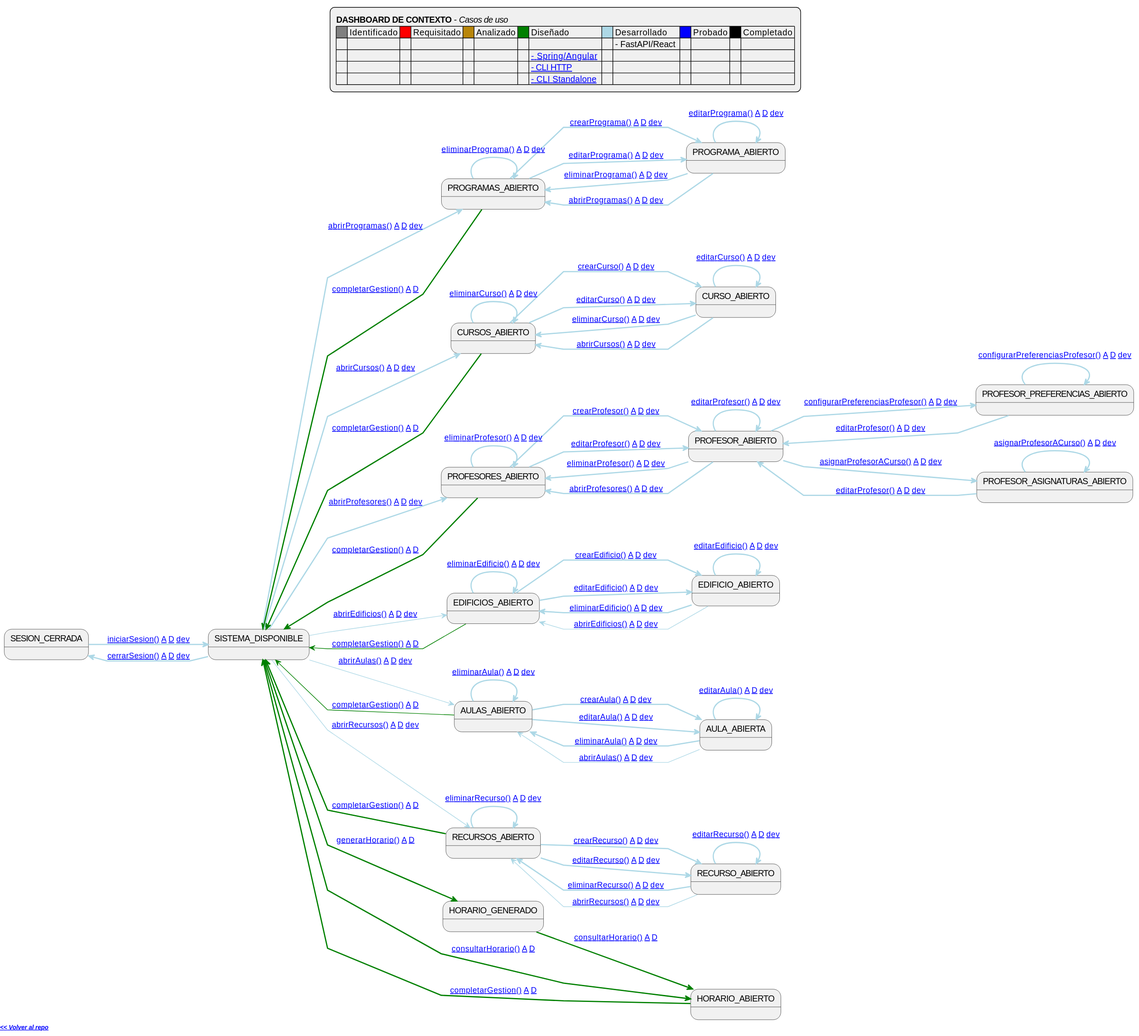
mmasias/pySigHor keeps this PlantUML diagram as images/RUP/99-seguimiento/diagrama-contexto-administrador.svg. Above is the earlier version.
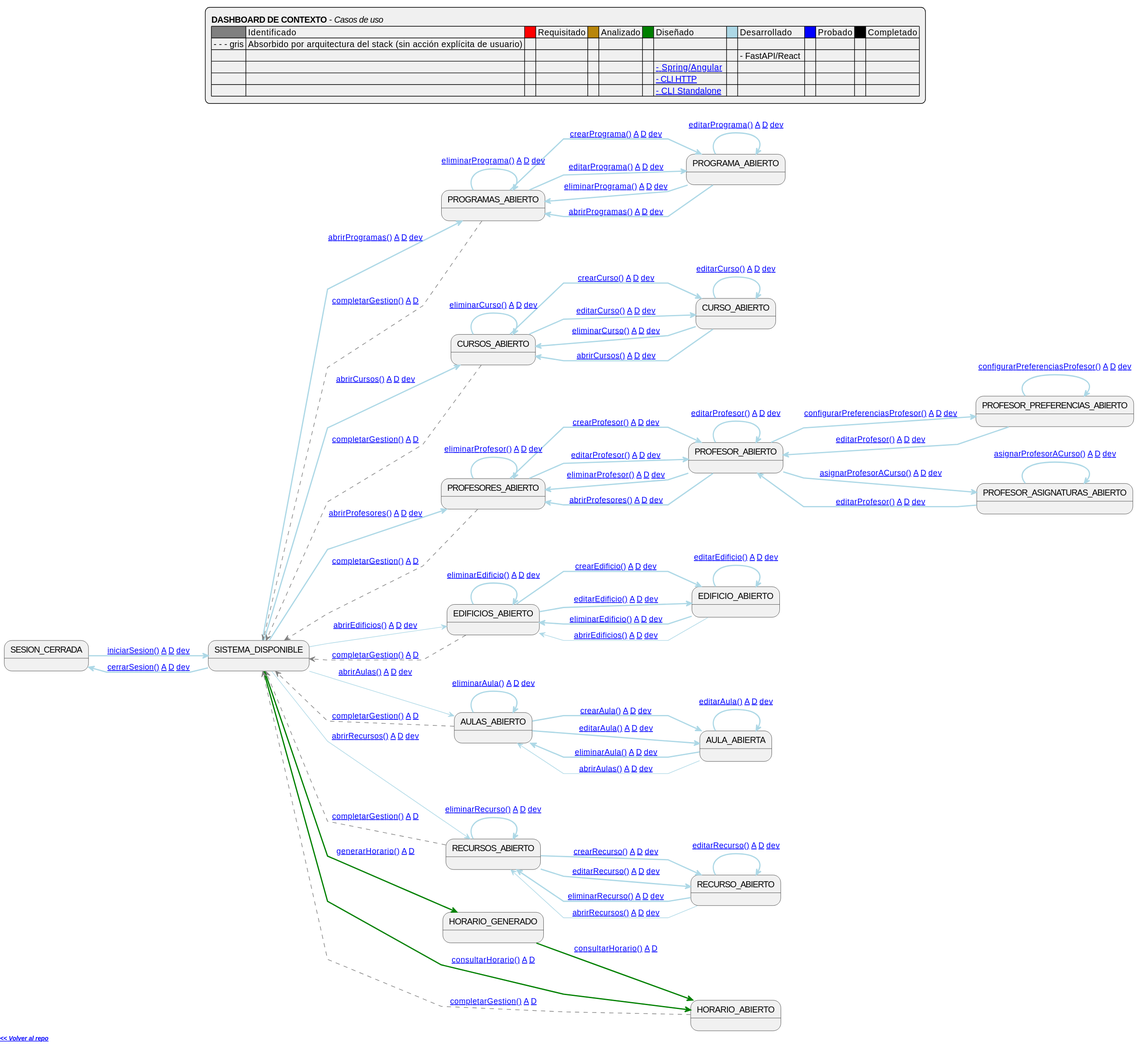
Above is the later version.

Commit message:
docs(dashboard): completarGestion absorbido por sidebar — flecha gris punteada + entrada en leyenda

Change to the diagram source:
```diff
@@ -16,6 +16,7 @@
 legend top
     **DASHBOARD DE CONTEXTO** - <i>Casos de uso</i>
     |<#gray>     | Identificado |<#red>     | Requisitado |<#darkgoldenrod>     | Analizado |<#green>     | Diseñado |<#lightblue>     | Desarrollado |<#blue>     | Probado |<#black>     | Completado |
+    | - - - gris | Absorbido por arquitectura del stack (sin acción explícita de usuario) ||||||||
     | | | | | | | |  | | - FastAPI/React  ||
     | | | | | | | | [[https://raw.githubusercontent.com/mmasias/pySigHor/diseño-spring-angular/images/RUP/99-seguimiento/diagrama-contexto-administrador.svg - Spring/Angular]]  |
     | | | | | | | | [[https://raw.githubusercontent.com/mmasias/pySigHor/diseño-cli-python-http/images/RUP/99-seguimiento/diagrama-contexto-administrador.svg - CLI HTTP]]  |
@@ -102,12 +103,12 @@
 EditRecurso -[#lightblue,bold]-> EditRecurso: [[https://github.com/mmasias/pySigHor/blob/main/RUP/00-casos-uso/02-detalle/editarRecurso/README.md editarRecurso()]] [[https://github.com/mmasias/pySigHor/blob/main/RUP/01-analisis/casos-uso/editarRecurso/README.md A]] [[https://github.com/mmasias/pySigHor/blob/diseño-fastapi-react/RUP/02-diseño/casos-uso/editarRecurso/README.md D]] [[https://github.com/mmasias/pySigHor/blob/diseño-fastapi-react/RUP/03-desarrollo/casos-uso/editarRecurso/README.md dev]]
 EditRecurso -[#lightblue,bold]-> ListRecursos: [[https://github.com/mmasias/pySigHor/blob/main/RUP/00-casos-uso/02-detalle/eliminarRecurso/README.md eliminarRecurso()]] [[https://github.com/mmasias/pySigHor/blob/main/RUP/01-analisis/casos-uso/eliminarRecurso/README.md A]] [[https://github.com/mmasias/pySigHor/blob/diseño-fastapi-react/RUP/02-diseño/casos-uso/eliminarRecurso/README.md D]] [[https://github.com/mmasias/pySigHor/blob/diseño-fastapi-react/RUP/03-desarrollo/casos-uso/eliminarRecurso/README.md dev]]
 EditRecurso -[#lightblue]-> ListRecursos: [[https://github.com/mmasias/pySigHor/blob/main/RUP/00-casos-uso/02-detalle/abrirRecursos/README.md abrirRecursos()]] [[https://github.com/mmasias/pySigHor/blob/main/RUP/01-analisis/casos-uso/abrirRecursos/README.md A]] [[https://github.com/mmasias/pySigHor/blob/diseño-fastapi-react/RUP/02-diseño/casos-uso/abrirRecursos/README.md D]] [[https://github.com/mmasias/pySigHor/blob/diseño-fastapi-react/RUP/03-desarrollo/casos-uso/abrirRecursos/README.md dev]]
-ListProgramas -[#green,thickness=2]-> Menu: [[https://github.com/mmasias/pySigHor/blob/main/RUP/00-casos-uso/02-detalle/completarGestion/README.md completarGestion()]] [[https://github.com/mmasias/pySigHor/blob/main/RUP/01-analisis/casos-uso/completarGestion/README.md A]] [[https://github.com/mmasias/pySigHor/blob/diseño-fastapi-react/RUP/02-diseño/casos-uso/completarGestion/README.md D]]
-ListCursos -[#green,thickness=2]-> Menu: [[https://github.com/mmasias/pySigHor/blob/main/RUP/00-casos-uso/02-detalle/completarGestion/README.md completarGestion()]] [[https://github.com/mmasias/pySigHor/blob/main/RUP/01-analisis/casos-uso/completarGestion/README.md A]] [[https://github.com/mmasias/pySigHor/blob/diseño-fastapi-react/RUP/02-diseño/casos-uso/completarGestion/README.md D]]
-ListProfesores -[#green,thickness=2]-> Menu: [[https://github.com/mmasias/pySigHor/blob/main/RUP/00-casos-uso/02-detalle/completarGestion/README.md completarGestion()]] [[https://github.com/mmasias/pySigHor/blob/main/RUP/01-analisis/casos-uso/completarGestion/README.md A]] [[https://github.com/mmasias/pySigHor/blob/diseño-fastapi-react/RUP/02-diseño/casos-uso/completarGestion/README.md D]]
-ListEdificios -[#green]-> Menu: [[https://github.com/mmasias/pySigHor/blob/main/RUP/00-casos-uso/02-detalle/completarGestion/README.md completarGestion()]] [[https://github.com/mmasias/pySigHor/blob/main/RUP/01-analisis/casos-uso/completarGestion/README.md A]] [[https://github.com/mmasias/pySigHor/blob/diseño-fastapi-react/RUP/02-diseño/casos-uso/completarGestion/README.md D]]
-ListAulas -[#green]-> Menu: [[https://github.com/mmasias/pySigHor/blob/main/RUP/00-casos-uso/02-detalle/completarGestion/README.md completarGestion()]] [[https://github.com/mmasias/pySigHor/blob/main/RUP/01-analisis/casos-uso/completarGestion/README.md A]] [[https://github.com/mmasias/pySigHor/blob/diseño-fastapi-react/RUP/02-diseño/casos-uso/completarGestion/README.md D]]
-ListRecursos -[#green,bold]-> Menu: [[https://github.com/mmasias/pySigHor/blob/main/RUP/00-casos-uso/02-detalle/completarGestion/README.md completarGestion()]] [[https://github.com/mmasias/pySigHor/blob/main/RUP/01-analisis/casos-uso/completarGestion/README.md A]] [[https://github.com/mmasias/pySigHor/blob/diseño-fastapi-react/RUP/02-diseño/casos-uso/completarGestion/README.md D]]
+ListProgramas -[#gray,dashed,thickness=1]-> Menu: [[https://github.com/mmasias/pySigHor/blob/main/RUP/00-casos-uso/02-detalle/completarGestion/README.md completarGestion()]] [[https://github.com/mmasias/pySigHor/blob/main/RUP/01-analisis/casos-uso/completarGestion/README.md A]] [[https://github.com/mmasias/pySigHor/blob/diseño-fastapi-react/RUP/02-diseño/casos-uso/completarGestion/README.md D]]
+ListCursos -[#gray,dashed,thickness=1]-> Menu: [[https://github.com/mmasias/pySigHor/blob/main/RUP/00-casos-uso/02-detalle/completarGestion/README.md completarGestion()]] [[https://github.com/mmasias/pySigHor/blob/main/RUP/01-analisis/casos-uso/completarGestion/README.md A]] [[https://github.com/mmasias/pySigHor/blob/diseño-fastapi-react/RUP/02-diseño/casos-uso/completarGestion/README.md D]]
+ListProfesores -[#gray,dashed,thickness=1]-> Menu: [[https://github.com/mmasias/pySigHor/blob/main/RUP/00-casos-uso/02-detalle/completarGestion/README.md completarGestion()]] [[https://github.com/mmasias/pySigHor/blob/main/RUP/01-analisis/casos-uso/completarGestion/README.md A]] [[https://github.com/mmasias/pySigHor/blob/diseño-fastapi-react/RUP/02-diseño/casos-uso/completarGestion/README.md D]]
+ListEdificios -[#gray,dashed,thickness=1]-> Menu: [[https://github.com/mmasias/pySigHor/blob/main/RUP/00-casos-uso/02-detalle/completarGestion/README.md completarGestion()]] [[https://github.com/mmasias/pySigHor/blob/main/RUP/01-analisis/casos-uso/completarGestion/README.md A]] [[https://github.com/mmasias/pySigHor/blob/diseño-fastapi-react/RUP/02-diseño/casos-uso/completarGestion/README.md D]]
+ListAulas -[#gray,dashed,thickness=1]-> Menu: [[https://github.com/mmasias/pySigHor/blob/main/RUP/00-casos-uso/02-detalle/completarGestion/README.md completarGestion()]] [[https://github.com/mmasias/pySigHor/blob/main/RUP/01-analisis/casos-uso/completarGestion/README.md A]] [[https://github.com/mmasias/pySigHor/blob/diseño-fastapi-react/RUP/02-diseño/casos-uso/completarGestion/README.md D]]
+ListRecursos -[#gray,dashed,thickness=1]-> Menu: [[https://github.com/mmasias/pySigHor/blob/main/RUP/00-casos-uso/02-detalle/completarGestion/README.md completarGestion()]] [[https://github.com/mmasias/pySigHor/blob/main/RUP/01-analisis/casos-uso/completarGestion/README.md A]] [[https://github.com/mmasias/pySigHor/blob/diseño-fastapi-react/RUP/02-diseño/casos-uso/completarGestion/README.md D]]
 Generacion -[#green,bold]-> Consulta: [[https://github.com/mmasias/pySigHor/blob/main/RUP/00-casos-uso/02-detalle/consultarHorario/README.md consultarHorario()]] [[https://github.com/mmasias/pySigHor/blob/main/RUP/01-analisis/casos-uso/consultarHorario/README.md A]] [[https://github.com/mmasias/pySigHor/blob/diseño-fastapi-react/RUP/02-diseño/casos-uso/consultarHorario/README.md D]]
-Consulta -[#green,bold]-> Menu: [[https://github.com/mmasias/pySigHor/blob/main/RUP/00-casos-uso/02-detalle/completarGestion/README.md completarGestion()]] [[https://github.com/mmasias/pySigHor/blob/main/RUP/01-analisis/casos-uso/completarGestion/README.md A]] [[https://github.com/mmasias/pySigHor/blob/diseño-fastapi-react/RUP/02-diseño/casos-uso/completarGestion/README.md D]]
+Consulta -[#gray,dashed,thickness=1]-> Menu: [[https://github.com/mmasias/pySigHor/blob/main/RUP/00-casos-uso/02-detalle/completarGestion/README.md completarGestion()]] [[https://github.com/mmasias/pySigHor/blob/main/RUP/01-analisis/casos-uso/completarGestion/README.md A]] [[https://github.com/mmasias/pySigHor/blob/diseño-fastapi-react/RUP/02-diseño/casos-uso/completarGestion/README.md D]]
 @enduml
```
